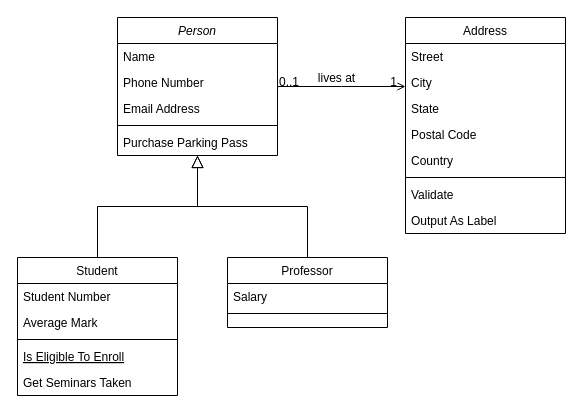
The draw.io diagram Diagrama sem nome.drawio in Ninguem2k/Aula-platica-POO-JAVA, before the edit. Source tidied: cells renumbered, new cells numbered last; positions are measured from the earlier drawing's top-left corner, leaving out a move shared by most shapes. Both pictures are drawn from the tidied source at 100%, with x=0, y=0 at pixel (17, 17).
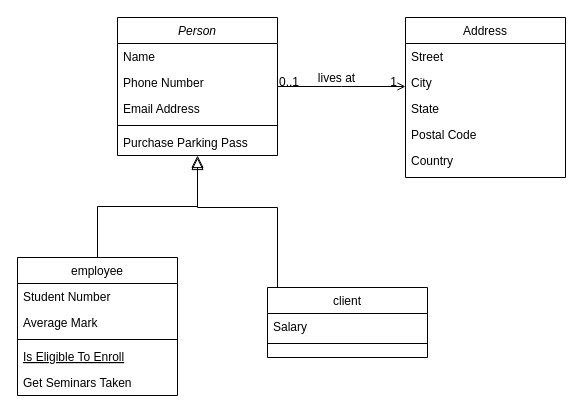
The same page after the edit.

The change refers to these unchanged cells:
```xml
<mxCell id="2" value="Person" style="swimlane;fontStyle=2;align=center;verticalAlign=top;horizontal=1;startSize=26;rounded=0;shadow=0;strokeWidth=1;" parent="1" vertex="1">
  <mxGeometry x="100" width="160" height="138" as="geometry" />
</mxCell>
```

Diff of the diagram source:
```diff
@@
-    <mxCell id="8" value="Student" style="swimlane;fontStyle=0;align=center;verticalAlign=top;horizontal=1;startSize=26;rounded=0;shadow=0;strokeWidth=1;" parent="1" vertex="1">
+    <mxCell id="8" value="employee" style="swimlane;fontStyle=0;align=center;verticalAlign=top;horizontal=1;startSize=26;rounded=0;shadow=0;strokeWidth=1;" parent="1" vertex="1">
       <mxGeometry y="240" width="160" height="138" as="geometry" />
     </mxCell>
@@
-    <mxCell id="15" value="Professor" style="swimlane;fontStyle=0;align=center;verticalAlign=top;horizontal=1;startSize=26;rounded=0;shadow=0;strokeWidth=1;" parent="1" vertex="1">
-      <mxGeometry x="210" y="240" width="160" height="70" as="geometry" />
+    <mxCell id="15" value="client" style="swimlane;fontStyle=0;align=center;verticalAlign=top;horizontal=1;startSize=26;rounded=0;shadow=0;strokeWidth=1;" parent="1" vertex="1">
+      <mxGeometry x="250" y="270" width="160" height="70" as="geometry" />
     </mxCell>
@@
-    <mxCell id="18" style="endArrow=block;endSize=10;endFill=0;shadow=0;strokeWidth=1;rounded=0;edgeStyle=elbowEdgeStyle;elbow=vertical;" parent="1" edge="1" source="15" target="2">
-      <mxGeometry relative="1" as="geometry" />
+    <mxCell id="18" style="endArrow=block;endSize=10;endFill=0;shadow=0;strokeWidth=1;rounded=0;edgeStyle=elbowEdgeStyle;elbow=vertical;" parent="1" edge="1" source="15">
+      <mxGeometry relative="1" as="geometry">
+        <mxPoint x="180" y="140" as="targetPoint" />
+        <Array as="points">
+          <mxPoint x="260" y="190" />
+        </Array>
+      </mxGeometry>
     </mxCell>
     <mxCell id="19" value="Address" style="swimlane;fontStyle=0;align=center;verticalAlign=top;horizontal=1;startSize=26;rounded=0;shadow=0;strokeWidth=1;" parent="1" vertex="1">
-      <mxGeometry x="388" width="160" height="216" as="geometry" />
+      <mxGeometry x="388" width="160" height="160" as="geometry" />
     </mxCell>
@@
-    <mxCell id="25" style="line;html=1;strokeWidth=1;align=left;verticalAlign=middle;spacingTop=-1;spacingLeft=3;spacingRight=3;labelPosition=right;" parent="19" vertex="1">
-      <mxGeometry y="156" width="160" height="8" as="geometry" />
-    </mxCell>
-    <mxCell id="26" value="Validate" style="text;align=left;verticalAlign=top;spacingLeft=4;spacingRight=4;overflow=hidden;" parent="19" vertex="1">
-      <mxGeometry y="164" width="160" height="26" as="geometry" />
-    </mxCell>
-    <mxCell id="27" value="Output As Label" style="text;align=left;verticalAlign=top;spacingLeft=4;spacingRight=4;overflow=hidden;" parent="19" vertex="1">
-      <mxGeometry y="190" width="160" height="26" as="geometry" />
-    </mxCell>
```
